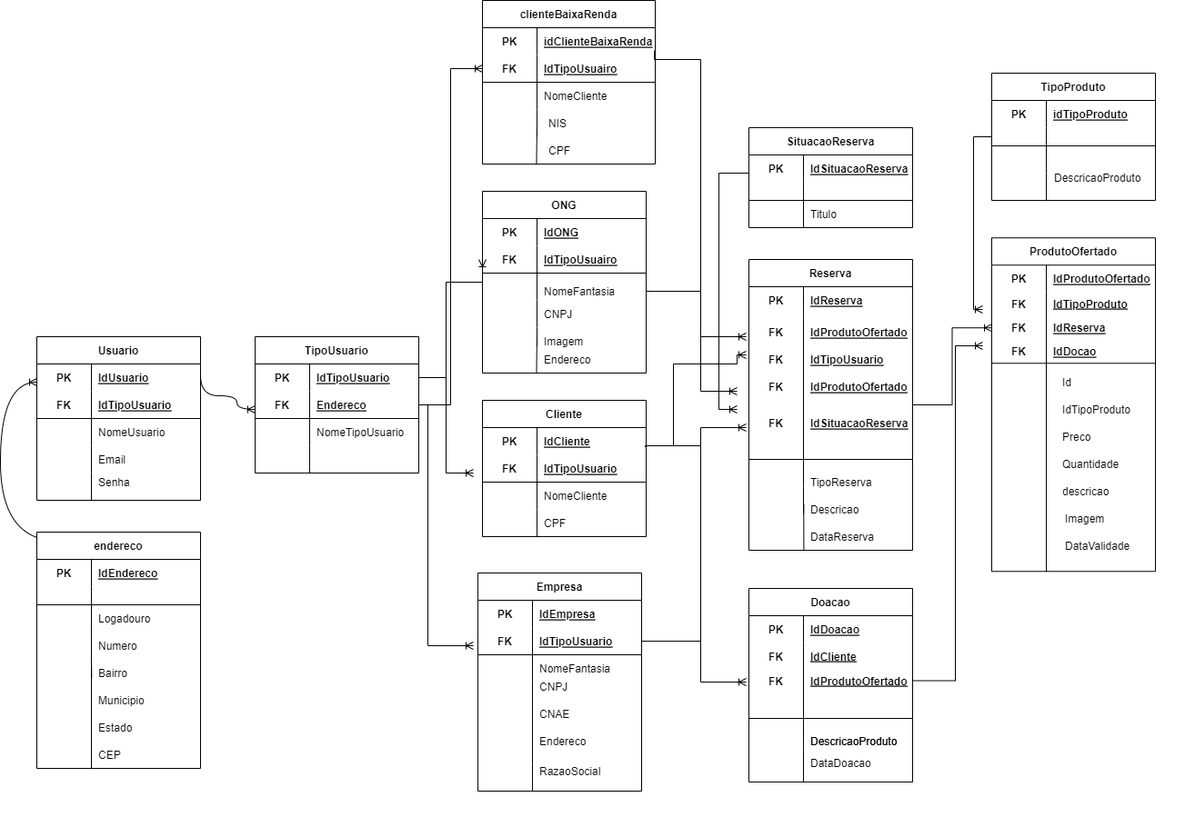
Leonardo-Souza-de-Castro/Projeto-Ofertas keeps this draw.io diagram as Modelagens/Modelo-Fisico.drawio.png. Above is the earlier version. Source tidied: cells renumbered, new cells last; positions are measured from the earlier drawing's top-left corner, leaving out a move shared by most shapes.
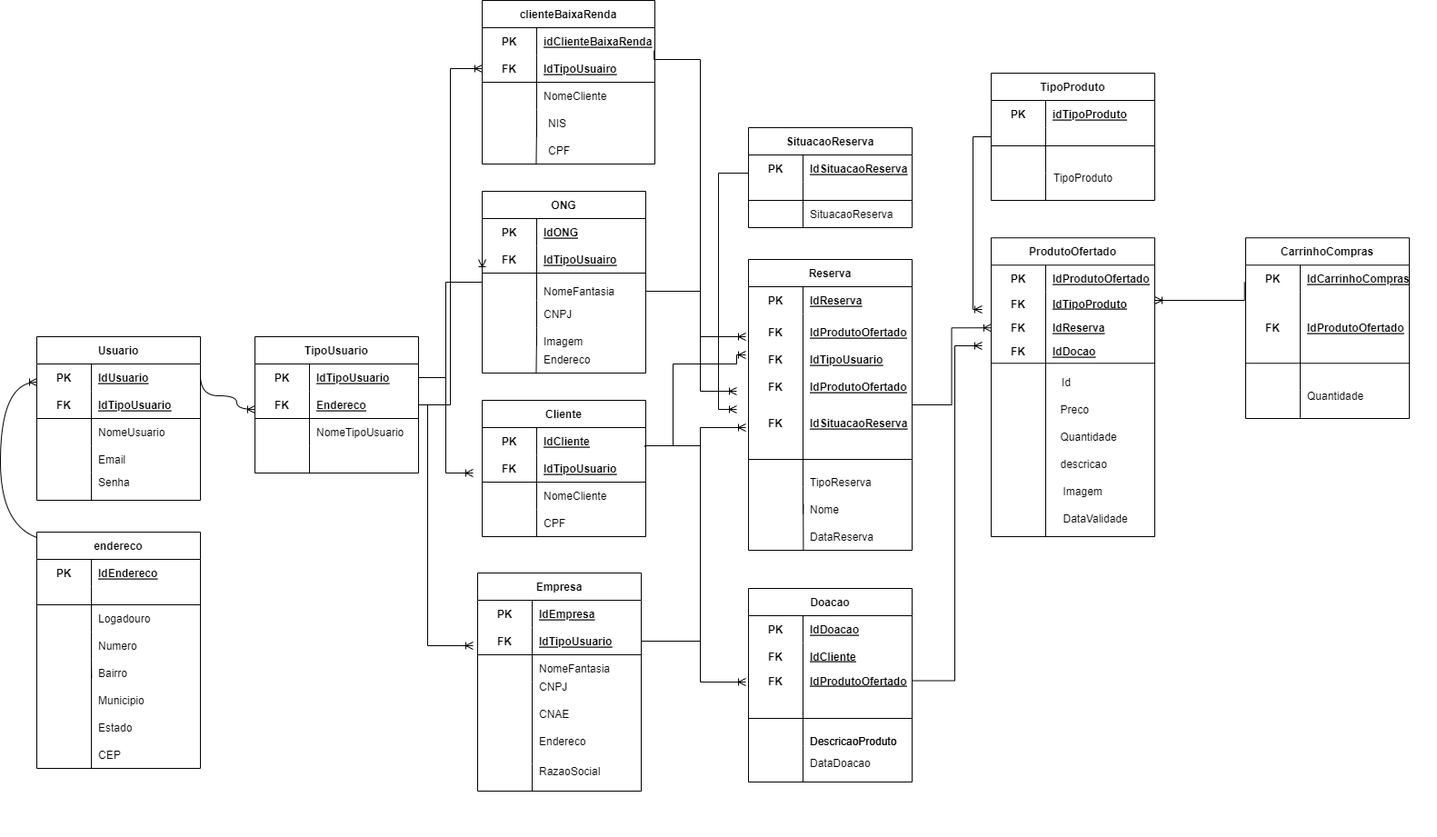
Later version of the same file.

Commit message:
Adicionando Físico

The edit, as a diff of the source:
```diff
@@ -42,7 +42,7 @@
       <mxGeometry x="60" width="120" height="30" as="geometry" />
     </mxCell>
     <mxCell id="15" value="ProdutoOfertado" style="shape=table;startSize=30;rowLines=0;fontStyle=1;align=center;" parent="1" vertex="1">
-      <mxGeometry x="1090" y="261.2" width="180" height="367" as="geometry" />
+      <mxGeometry x="1090" y="261.2" width="180" height="328.8" as="geometry" />
     </mxCell>
     <mxCell id="16" style="shape=tableRow;horizontal=0;startSize=0;swimlaneHead=0;swimlaneBody=0;fillColor=none;top=0;left=0;right=0;bottom=0;" parent="15" vertex="1">
       <mxGeometry y="30" width="180" height="30" as="geometry" />
@@ -172,21 +172,21 @@
     </mxCell>
     <mxCell id="56" style="endArrow=none;html=1;rounded=0;" parent="1" edge="1">
       <mxGeometry relative="1" as="geometry">
-        <mxPoint x="1150" y="628.8" as="sourcePoint" />
+        <mxPoint x="1150" y="590" as="sourcePoint" />
         <mxPoint x="1150" y="403.8" as="targetPoint" />
       </mxGeometry>
     </mxCell>
     <mxCell id="57" value="Id" style="shape=partialRectangle;fillColor=none;top=0;left=0;bottom=0;right=0;align=left;spacingLeft=6;overflow=hidden;" parent="1" vertex="1">
       <mxGeometry x="1160" y="405" width="150" height="30" as="geometry" />
     </mxCell>
-    <mxCell id="58" value="IdTipoProduto" style="shape=partialRectangle;fillColor=none;top=0;left=0;bottom=0;right=0;align=left;spacingLeft=6;overflow=hidden;" parent="1" vertex="1">
+    <mxCell id="58" style="shape=partialRectangle;fillColor=none;top=0;left=0;bottom=0;right=0;align=left;spacingLeft=6;overflow=hidden;" parent="1" vertex="1">
       <mxGeometry x="1160" y="435" width="150" height="30" as="geometry" />
     </mxCell>
     <mxCell id="59" value="Preco" style="shape=partialRectangle;fillColor=none;top=0;left=0;bottom=0;right=0;align=left;spacingLeft=6;overflow=hidden;" parent="1" vertex="1">
-      <mxGeometry x="1160" y="465" width="150" height="30" as="geometry" />
+      <mxGeometry x="1158.5" y="435" width="150" height="30" as="geometry" />
     </mxCell>
     <mxCell id="60" value="Quantidade" style="shape=partialRectangle;fillColor=none;top=0;left=0;bottom=0;right=0;align=left;spacingLeft=6;overflow=hidden;" parent="1" vertex="1">
-      <mxGeometry x="1160" y="495" width="150" height="30" as="geometry" />
+      <mxGeometry x="1158.5" y="465" width="150" height="30" as="geometry" />
     </mxCell>
     <mxCell id="61" style="endArrow=none;html=1;rounded=0;" parent="1" edge="1">
       <mxGeometry relative="1" as="geometry">
@@ -230,13 +230,13 @@
       <mxGeometry x="585" y="800" width="150" height="30" as="geometry" />
     </mxCell>
     <mxCell id="69" value="descricao" style="shape=partialRectangle;fillColor=none;top=0;left=0;bottom=0;right=0;align=left;spacingLeft=6;overflow=hidden;" parent="1" vertex="1">
-      <mxGeometry x="1160" y="525" width="150" height="30" as="geometry" />
+      <mxGeometry x="1158.5" y="495" width="150" height="30" as="geometry" />
     </mxCell>
     <mxCell id="70" value="Imagem" style="shape=partialRectangle;fillColor=none;top=0;left=0;bottom=0;right=0;align=left;spacingLeft=6;overflow=hidden;" parent="1" vertex="1">
-      <mxGeometry x="1163" y="555" width="150" height="30" as="geometry" />
+      <mxGeometry x="1161.5" y="525" width="150" height="30" as="geometry" />
     </mxCell>
     <mxCell id="71" value="DataValidade" style="shape=partialRectangle;fillColor=none;top=0;left=0;bottom=0;right=0;align=left;spacingLeft=6;overflow=hidden;" parent="1" vertex="1">
-      <mxGeometry x="1163" y="585" width="150" height="30" as="geometry" />
+      <mxGeometry x="1161.5" y="555" width="150" height="30" as="geometry" />
     </mxCell>
     <mxCell id="72" style="edgeStyle=orthogonalEdgeStyle;rounded=0;jettySize=auto;html=1;entryX=0;entryY=0.5;entryDx=0;entryDy=0;endArrow=ERoneToMany;endFill=0;elbow=vertical;" parent="1" edge="1" source="73" target="19">
       <mxGeometry relative="1" as="geometry" />
@@ -325,7 +325,7 @@
     <mxCell id="98" style="shape=partialRectangle;fillColor=none;top=0;left=0;bottom=0;right=0;overflow=hidden;" parent="97" vertex="1">
       <mxGeometry width="60" height="30" as="geometry" />
     </mxCell>
-    <mxCell id="99" value="Titulo" style="shape=partialRectangle;fillColor=none;top=0;left=0;bottom=0;right=0;align=left;spacingLeft=6;overflow=hidden;" parent="97" vertex="1">
+    <mxCell id="99" value="SituacaoReserva" style="shape=partialRectangle;fillColor=none;top=0;left=0;bottom=0;right=0;align=left;spacingLeft=6;overflow=hidden;" parent="97" vertex="1">
       <mxGeometry x="60" width="120" height="30" as="geometry" />
     </mxCell>
     <mxCell id="100" style="edgeStyle=orthogonalEdgeStyle;curved=1;rounded=0;jettySize=auto;html=1;entryX=0;entryY=0.333;entryDx=0;entryDy=0;entryPerimeter=0;endArrow=ERoneToMany;endFill=0;elbow=vertical;" parent="1" edge="1" source="102">
@@ -433,7 +433,7 @@
     <mxCell id="130" style="shape=partialRectangle;fillColor=none;top=0;left=0;bottom=0;right=0;align=left;spacingLeft=6;overflow=hidden;" parent="128" vertex="1">
       <mxGeometry x="60" width="120" height="30" as="geometry" />
     </mxCell>
-    <mxCell id="131" value="DescricaoProduto" style="shape=partialRectangle;fillColor=none;top=0;left=0;bottom=0;right=0;align=left;spacingLeft=6;overflow=hidden;" parent="1" vertex="1">
+    <mxCell id="131" value="TipoProduto" style="shape=partialRectangle;fillColor=none;top=0;left=0;bottom=0;right=0;align=left;spacingLeft=6;overflow=hidden;" parent="1" vertex="1">
       <mxGeometry x="1151" y="180" width="120" height="30" as="geometry" />
     </mxCell>
     <mxCell id="132" value="FK" style="shape=partialRectangle;fillColor=none;top=0;left=0;bottom=0;right=0;fontStyle=1;overflow=hidden;" parent="1" vertex="1">
@@ -451,7 +451,7 @@
     <mxCell id="136" value="TipoReserva" style="shape=partialRectangle;fillColor=none;top=0;left=0;bottom=0;right=0;align=left;spacingLeft=6;overflow=hidden;" parent="1" vertex="1">
       <mxGeometry x="883" y="515" width="150" height="30" as="geometry" />
     </mxCell>
-    <mxCell id="137" value="Descricao" style="shape=partialRectangle;fillColor=none;top=0;left=0;bottom=0;right=0;align=left;spacingLeft=6;overflow=hidden;" parent="1" vertex="1">
+    <mxCell id="137" value="Nome" style="shape=partialRectangle;fillColor=none;top=0;left=0;bottom=0;right=0;align=left;spacingLeft=6;overflow=hidden;" parent="1" vertex="1">
       <mxGeometry x="883" y="545" width="150" height="30" as="geometry" />
     </mxCell>
     <mxCell id="138" value="DataReserva" style="shape=partialRectangle;fillColor=none;top=0;left=0;bottom=0;right=0;align=left;spacingLeft=6;overflow=hidden;" parent="1" vertex="1">
@@ -796,5 +796,56 @@
         </Array>
       </mxGeometry>
     </mxCell>
+    <mxCell id="227" style="edgeStyle=elbowEdgeStyle;rounded=0;jettySize=auto;elbow=vertical;html=1;endArrow=ERoneToMany;endFill=0;exitX=-0.007;exitY=0.625;exitDx=0;exitDy=0;exitPerimeter=0;" parent="1" edge="1" source="229">
+      <mxGeometry relative="1" as="geometry">
+        <mxPoint x="1270" y="330" as="targetPoint" />
+        <Array as="points">
+          <mxPoint x="1330" y="330" />
+          <mxPoint x="1330" y="310" />
+        </Array>
+      </mxGeometry>
+    </mxCell>
+    <mxCell id="228" value="CarrinhoCompras" style="shape=table;startSize=30;rowLines=0;fontStyle=1;align=center;" parent="1" vertex="1">
+      <mxGeometry x="1370" y="261.2" width="180" height="198.8" as="geometry" />
+    </mxCell>
+    <mxCell id="229" style="shape=tableRow;horizontal=0;startSize=0;swimlaneHead=0;swimlaneBody=0;fillColor=none;points=[[0,0.5],[1,0.5]];portConstraint=eastwest;top=0;left=0;right=0;bottom=0;" parent="228" vertex="1">
+      <mxGeometry y="30" width="180" height="30" as="geometry" />
+    </mxCell>
+    <mxCell id="230" value="PK" style="shape=partialRectangle;fillColor=none;top=0;left=0;bottom=0;right=0;fontStyle=1;overflow=hidden;" parent="229" vertex="1">
+      <mxGeometry width="60" height="30" as="geometry" />
+    </mxCell>
+    <mxCell id="231" value="IdCarrinhoCompras" style="shape=partialRectangle;fillColor=none;top=0;left=0;bottom=0;right=0;align=left;spacingLeft=6;fontStyle=5;overflow=hidden;" parent="229" vertex="1">
+      <mxGeometry x="60" width="120" height="30" as="geometry" />
+    </mxCell>
+    <mxCell id="232" style="shape=tableRow;horizontal=0;startSize=0;swimlaneHead=0;swimlaneBody=0;fillColor=none;top=0;left=0;right=0;bottom=1;" parent="228" vertex="1">
+      <mxGeometry y="60" width="180" height="78" as="geometry" />
+    </mxCell>
+    <mxCell id="233" value="FK" style="shape=partialRectangle;fillColor=none;top=0;left=0;bottom=0;right=0;fontStyle=1;overflow=hidden;" parent="232" vertex="1">
+      <mxGeometry width="60" height="78" as="geometry" />
+    </mxCell>
+    <mxCell id="234" value="IdProdutoOfertado" style="shape=partialRectangle;fillColor=none;top=0;left=0;bottom=0;right=0;align=left;spacingLeft=6;fontStyle=5;overflow=hidden;" parent="232" vertex="1">
+      <mxGeometry x="60" width="120" height="78" as="geometry" />
+    </mxCell>
+    <mxCell id="235" style="shape=tableRow;horizontal=0;startSize=0;swimlaneHead=0;swimlaneBody=0;fillColor=none;top=0;left=0;right=0;bottom=0;" parent="228" vertex="1">
+      <mxGeometry y="138" width="180" height="30" as="geometry" />
+    </mxCell>
+    <mxCell id="236" style="shape=partialRectangle;fillColor=none;top=0;left=0;bottom=0;right=0;overflow=hidden;" parent="235" vertex="1">
+      <mxGeometry width="60" height="30" as="geometry" />
+    </mxCell>
+    <mxCell id="237" value="&#10;&#10;&#10;&#10;&#10;" style="shape=partialRectangle;fillColor=none;top=0;left=0;bottom=0;right=0;align=left;spacingLeft=6;overflow=hidden;" parent="235" vertex="1">
+      <mxGeometry x="60" width="120" height="30" as="geometry" />
+    </mxCell>
+    <mxCell id="238" style="shape=tableRow;horizontal=0;startSize=0;swimlaneHead=0;swimlaneBody=0;fillColor=none;top=0;left=0;right=0;bottom=0;" parent="228" vertex="1">
+      <mxGeometry y="168" width="180" height="30" as="geometry" />
+    </mxCell>
+    <mxCell id="239" style="shape=partialRectangle;fillColor=none;top=0;left=0;bottom=0;right=0;overflow=hidden;" parent="238" vertex="1">
+      <mxGeometry width="60" height="30" as="geometry" />
+    </mxCell>
+    <mxCell id="240" style="shape=partialRectangle;fillColor=none;top=0;left=0;bottom=0;right=0;align=left;spacingLeft=6;overflow=hidden;" parent="238" vertex="1">
+      <mxGeometry x="60" width="120" height="30" as="geometry" />
+    </mxCell>
+    <mxCell id="241" value="Quantidade" style="shape=partialRectangle;fillColor=none;top=0;left=0;bottom=0;right=0;align=left;spacingLeft=6;overflow=hidden;" parent="1" vertex="1">
+      <mxGeometry x="1430" y="420" width="150" height="30" as="geometry" />
+    </mxCell>
   </root>
 </mxGraphModel>
```
